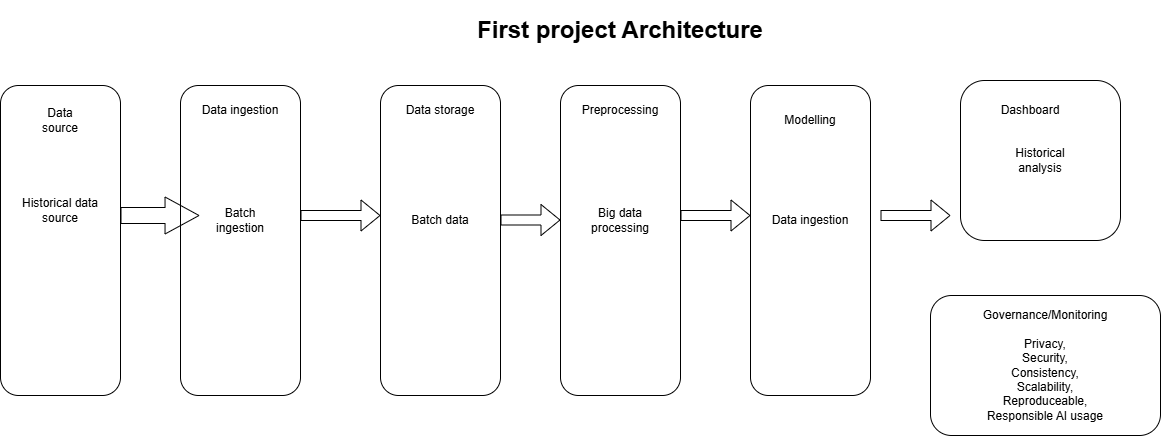
The draw.io diagram Project architecture file/Second Architecture-post-week2.png in Simbarashe-Mutyambizi/Data-Science-practise-PRT661, before a commit. Source tidied: cells renumbered, new cells last; positions are measured from the earlier drawing's top-left corner, leaving out a move shared by most shapes.
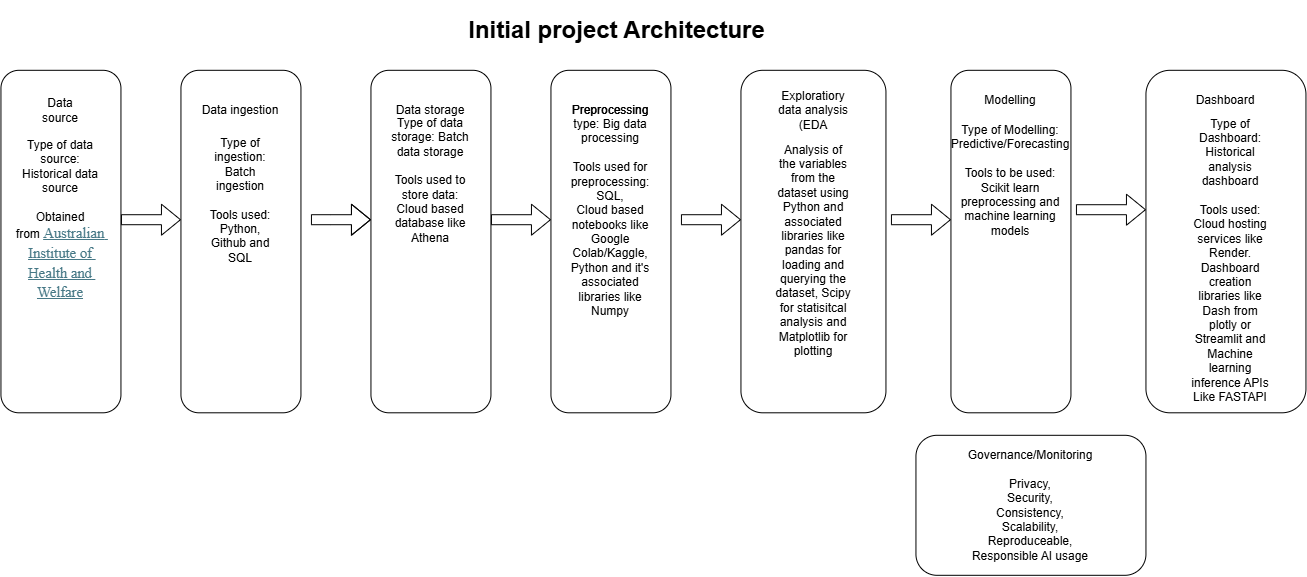
The same diagram one commit later.

Diff of the diagram source:
```diff
@@ -3,67 +3,49 @@
     <mxCell id="0" />
     <mxCell id="1" parent="0" />
     <mxCell id="2" style="rounded=1;whiteSpace=wrap;html=1;" parent="1" vertex="1">
-      <mxGeometry y="70" width="120" height="310" as="geometry" />
+      <mxGeometry x="10" y="55" width="120" height="342.5" as="geometry" />
     </mxCell>
     <mxCell id="3" value="&lt;span style=&quot;color: rgba(0, 0, 0, 0); font-family: monospace; font-size: 0px; text-align: start; white-space: nowrap;&quot;&gt;%3CmxGraphModel%3E%3Croot%3E%3CmxCell%20id%3D%220%22%2F%3E%3CmxCell%20id%3D%221%22%20parent%3D%220%22%2F%3E%3CmxCell%20id%3D%222%22%20parent%3D%221%22%20style%3D%22text%3Bhtml%3D1%3BwhiteSpace%3Dwrap%3BstrokeColor%3Dnone%3BfillColor%3Dnone%3Balign%3Dcenter%3BverticalAlign%3Dmiddle%3Brounded%3D0%3B%22%20value%3D%22Data%20ingestion%22%20vertex%3D%221%22%3E%3CmxGeometry%20height%3D%2230%22%20width%3D%2280%22%20x%3D%22200%22%20y%3D%2280%22%20as%3D%22geometry%22%2F%3E%3C%2FmxCell%3E%3C%2Froot%3E%3C%2FmxGraphModel%3E&lt;/span&gt;" style="rounded=1;whiteSpace=wrap;html=1;" parent="1" vertex="1">
-      <mxGeometry x="180" y="70" width="120" height="310" as="geometry" />
+      <mxGeometry x="190" y="55" width="120" height="342.5" as="geometry" />
     </mxCell>
     <mxCell id="4" style="rounded=1;whiteSpace=wrap;html=1;" parent="1" vertex="1">
-      <mxGeometry x="380" y="70" width="120" height="310" as="geometry" />
+      <mxGeometry x="380" y="55" width="120" height="342.5" as="geometry" />
     </mxCell>
     <mxCell id="5" value="&lt;span style=&quot;color: rgba(0, 0, 0, 0); font-family: monospace; font-size: 0px; text-align: start; white-space: nowrap;&quot;&gt;%3CmxGraphModel%3E%3Croot%3E%3CmxCell%20id%3D%220%22%2F%3E%3CmxCell%20id%3D%221%22%20parent%3D%220%22%2F%3E%3CmxCell%20id%3D%222%22%20parent%3D%221%22%20style%3D%22text%3Bhtml%3D1%3BwhiteSpace%3Dwrap%3BstrokeColor%3Dnone%3BfillColor%3Dnone%3Balign%3Dcenter%3BverticalAlign%3Dmiddle%3Brounded%3D0%3B%22%20value%3D%22Data%20ingestion%22%20vertex%3D%221%22%3E%3CmxGeometry%20height%3D%2230%22%20width%3D%2280%22%20x%3D%22200%22%20y%3D%2280%22%20as%3D%22geometry%22%2F%3E%3C%2FmxCell%3E%3C%2Froot%3E%3C%2FmxGraphModel%3E&lt;/span&gt;" style="rounded=1;whiteSpace=wrap;html=1;" parent="1" vertex="1">
-      <mxGeometry x="560" y="70" width="120" height="310" as="geometry" />
+      <mxGeometry x="560" y="55" width="120" height="342.5" as="geometry" />
     </mxCell>
     <mxCell id="6" style="rounded=1;whiteSpace=wrap;html=1;" parent="1" vertex="1">
-      <mxGeometry x="750" y="70" width="120" height="310" as="geometry" />
+      <mxGeometry x="960" y="55" width="120" height="342.5" as="geometry" />
     </mxCell>
     <mxCell id="7" value="&lt;span style=&quot;color: rgba(0, 0, 0, 0); font-family: monospace; font-size: 0px; text-align: start; white-space: nowrap;&quot;&gt;%3CmxGraphModel%3E%3Croot%3E%3CmxCell%20id%3D%220%22%2F%3E%3CmxCell%20id%3D%221%22%20parent%3D%220%22%2F%3E%3CmxCell%20id%3D%222%22%20parent%3D%221%22%20style%3D%22text%3Bhtml%3D1%3BwhiteSpace%3Dwrap%3BstrokeColor%3Dnone%3BfillColor%3Dnone%3Balign%3Dcenter%3BverticalAlign%3Dmiddle%3Brounded%3D0%3B%22%20value%3D%22Data%20ingestion%22%20vertex%3D%221%22%3E%3CmxGeometry%20height%3D%2230%22%20width%3D%2280%22%20x%3D%22200%22%20y%3D%2280%22%20as%3D%22geometry%22%2F%3E%3C%2FmxCell%3E%3C%2Froot%3E%3C%2FmxGraphModel%3E&lt;/span&gt;&lt;span style=&quot;color: rgba(0, 0, 0, 0); font-family: monospace; font-size: 0px; text-align: start; white-space: nowrap;&quot;&gt;%3CmxGraphModel%3E%3Croot%3E%3CmxCell%20id%3D%220%22%2F%3E%3CmxCell%20id%3D%221%22%20parent%3D%220%22%2F%3E%3CmxCell%20id%3D%222%22%20parent%3D%221%22%20style%3D%22text%3Bhtml%3D1%3BwhiteSpace%3Dwrap%3BstrokeColor%3Dnone%3BfillColor%3Dnone%3Balign%3Dcenter%3BverticalAlign%3Dmiddle%3Brounded%3D0%3B%22%20value%3D%22Data%20ingestion%22%20vertex%3D%221%22%3E%3CmxGeometry%20height%3D%2230%22%20width%3D%2280%22%20x%3D%22200%22%20y%3D%2280%22%20as%3D%22geometry%22%2F%3E%3C%2FmxCell%3E%3C%2Froot%3E%3C%2FmxGraphModel%3E&lt;/span&gt;" style="rounded=1;whiteSpace=wrap;html=1;" parent="1" vertex="1">
-      <mxGeometry x="960" y="65" width="160" height="160" as="geometry" />
+      <mxGeometry x="1155" y="55" width="160" height="342.5" as="geometry" />
     </mxCell>
-    <mxCell id="8" style="shape=flexArrow;endArrow=classic;html=1;rounded=0;entryX=0.25;entryY=1;entryDx=0;entryDy=0;width=16;endSize=11;" parent="1" edge="1">
-      <mxGeometry relative="1" as="geometry">
-        <mxPoint x="120" y="200" as="sourcePoint" />
-        <mxPoint x="199" y="200" as="targetPoint" />
-        <Array as="points">
-          <mxPoint x="120" y="200" />
-        </Array>
-      </mxGeometry>
-    </mxCell>
     <mxCell id="9" style="shape=flexArrow;endArrow=classic;html=1;rounded=0;" parent="1" edge="1">
       <mxGeometry relative="1" as="geometry">
-        <mxPoint x="300" y="200" as="sourcePoint" />
-        <mxPoint x="380" y="200" as="targetPoint" />
+        <mxPoint x="320" y="204.4" as="sourcePoint" />
+        <mxPoint x="380" y="204.4" as="targetPoint" />
+        <Array as="points">
+          <mxPoint x="340" y="204.4" />
+        </Array>
       </mxGeometry>
     </mxCell>
-    <mxCell id="10" style="shape=flexArrow;endArrow=classic;html=1;rounded=0;" parent="1" edge="1">
-      <mxGeometry relative="1" as="geometry">
-        <mxPoint x="500" y="204.5" as="sourcePoint" />
-        <mxPoint x="560" y="204.5" as="targetPoint" />
-      </mxGeometry>
-    </mxCell>
-    <mxCell id="11" style="shape=flexArrow;endArrow=classic;html=1;rounded=0;exitX=1;exitY=0.5;exitDx=0;exitDy=0;" parent="1" edge="1">
-      <mxGeometry relative="1" as="geometry">
-        <mxPoint x="680" y="200" as="sourcePoint" />
-        <mxPoint x="750" y="200" as="targetPoint" />
-      </mxGeometry>
-    </mxCell>
     <mxCell id="12" style="shape=flexArrow;endArrow=classic;html=1;rounded=0;entryX=0.033;entryY=0.963;entryDx=0;entryDy=0;entryPerimeter=0;" parent="1" edge="1">
       <mxGeometry relative="1" as="geometry">
-        <mxPoint x="880" y="200" as="sourcePoint" />
-        <mxPoint x="950" y="200" as="targetPoint" />
+        <mxPoint x="1085" y="194.4" as="sourcePoint" />
+        <mxPoint x="1155" y="194.4" as="targetPoint" />
       </mxGeometry>
     </mxCell>
     <mxCell id="13" value="Governance/Monitoring&lt;div&gt;&lt;br&gt;&lt;/div&gt;&lt;div&gt;Privacy,&lt;/div&gt;&lt;div&gt;Security,&lt;/div&gt;&lt;div&gt;Consistency,&lt;/div&gt;&lt;div&gt;Scalability,&lt;/div&gt;&lt;div&gt;Reproduceable,&lt;/div&gt;&lt;div&gt;Responsible AI usage&lt;/div&gt;" style="rounded=1;whiteSpace=wrap;html=1;" parent="1" vertex="1">
-      <mxGeometry x="930" y="280" width="230" height="140" as="geometry" />
+      <mxGeometry x="925" y="420" width="230" height="140" as="geometry" />
     </mxCell>
-    <mxCell id="14" value="&lt;h1&gt;First project Architecture&lt;/h1&gt;" style="text;html=1;whiteSpace=wrap;strokeColor=none;fillColor=none;align=center;verticalAlign=middle;rounded=0;" parent="1" vertex="1">
-      <mxGeometry x="475" width="290" height="30" as="geometry" />
+    <mxCell id="14" value="&lt;h1&gt;Initial project Architecture&lt;/h1&gt;" style="text;html=1;whiteSpace=wrap;strokeColor=none;fillColor=none;align=center;verticalAlign=middle;rounded=0;" parent="1" vertex="1">
+      <mxGeometry x="475" width="302.5" height="30" as="geometry" />
     </mxCell>
     <mxCell id="15" value="Data source" style="text;html=1;whiteSpace=wrap;strokeColor=none;fillColor=none;align=center;verticalAlign=middle;rounded=0;" parent="1" vertex="1">
-      <mxGeometry x="30" y="90" width="60" height="30" as="geometry" />
+      <mxGeometry x="40" y="80" width="60" height="30" as="geometry" />
     </mxCell>
     <mxCell id="16" value="Data ingestion" style="text;html=1;whiteSpace=wrap;strokeColor=none;fillColor=none;align=center;verticalAlign=middle;rounded=0;" parent="1" vertex="1">
-      <mxGeometry x="200" y="80" width="80" height="30" as="geometry" />
+      <mxGeometry x="210" y="80" width="80" height="30" as="geometry" />
     </mxCell>
     <mxCell id="17" value="Data storage" style="text;html=1;whiteSpace=wrap;strokeColor=none;fillColor=none;align=center;verticalAlign=middle;rounded=0;" parent="1" vertex="1">
       <mxGeometry x="400" y="80" width="80" height="30" as="geometry" />
@@ -72,28 +54,61 @@
       <mxGeometry x="580" y="80" width="80" height="30" as="geometry" />
     </mxCell>
     <mxCell id="19" value="Modelling" style="text;html=1;whiteSpace=wrap;strokeColor=none;fillColor=none;align=center;verticalAlign=middle;rounded=0;" parent="1" vertex="1">
-      <mxGeometry x="770" y="90" width="80" height="30" as="geometry" />
+      <mxGeometry x="980" y="70" width="80" height="30" as="geometry" />
     </mxCell>
     <mxCell id="20" value="Dashboard" style="text;html=1;whiteSpace=wrap;strokeColor=none;fillColor=none;align=center;verticalAlign=middle;rounded=0;" parent="1" vertex="1">
-      <mxGeometry x="990" y="80" width="80" height="30" as="geometry" />
+      <mxGeometry x="1195" y="70" width="80" height="30" as="geometry" />
     </mxCell>
-    <mxCell id="21" value="Batch data" style="text;html=1;whiteSpace=wrap;strokeColor=none;fillColor=none;align=center;verticalAlign=middle;rounded=0;" parent="1" vertex="1">
-      <mxGeometry x="400" y="190" width="80" height="30" as="geometry" />
+    <mxCell id="21" value="Type of data storage: Batch data storage&lt;div&gt;&lt;br&gt;&lt;/div&gt;&lt;div&gt;Tools used to store data:&lt;/div&gt;&lt;div&gt;&amp;nbsp;Cloud based&amp;nbsp; database like Athena&lt;/div&gt;" style="text;html=1;whiteSpace=wrap;strokeColor=none;fillColor=none;align=center;verticalAlign=middle;rounded=0;" parent="1" vertex="1">
+      <mxGeometry x="400" y="150" width="80" height="30" as="geometry" />
     </mxCell>
-    <mxCell id="22" value="Big data processing" style="text;html=1;whiteSpace=wrap;strokeColor=none;fillColor=none;align=center;verticalAlign=middle;rounded=0;" parent="1" vertex="1">
-      <mxGeometry x="580" y="190" width="80" height="30" as="geometry" />
+    <mxCell id="22" value="Preprocessing type: Big data processing&lt;div&gt;&lt;br&gt;&lt;/div&gt;&lt;div&gt;Tools used for preprocessing:&lt;/div&gt;&lt;div&gt;SQL,&lt;/div&gt;&lt;div&gt;Cloud based notebooks like Google Colab/Kaggle,&lt;/div&gt;&lt;div&gt;Python and it's associated libraries like Numpy&lt;/div&gt;" style="text;html=1;whiteSpace=wrap;strokeColor=none;fillColor=none;align=center;verticalAlign=middle;rounded=0;" parent="1" vertex="1">
+      <mxGeometry x="580" y="180" width="80" height="30" as="geometry" />
     </mxCell>
-    <mxCell id="23" value="Data ingestion" style="text;html=1;whiteSpace=wrap;strokeColor=none;fillColor=none;align=center;verticalAlign=middle;rounded=0;" parent="1" vertex="1">
-      <mxGeometry x="770" y="190" width="80" height="30" as="geometry" />
+    <mxCell id="23" value="Type of Modelling: Predictive/Forecasting&lt;div&gt;&lt;br&gt;&lt;/div&gt;&lt;div&gt;Tools to be used:&lt;/div&gt;&lt;div&gt;Scikit learn preprocessing and machine learning models&lt;/div&gt;" style="text;html=1;whiteSpace=wrap;strokeColor=none;fillColor=none;align=center;verticalAlign=middle;rounded=0;" parent="1" vertex="1">
+      <mxGeometry x="980" y="150" width="80" height="30" as="geometry" />
     </mxCell>
-    <mxCell id="24" value="Batch ingestion" style="text;html=1;whiteSpace=wrap;strokeColor=none;fillColor=none;align=center;verticalAlign=middle;rounded=0;" parent="1" vertex="1">
-      <mxGeometry x="200" y="190" width="80" height="30" as="geometry" />
+    <mxCell id="24" value="Type of ingestion: Batch ingestion&lt;div&gt;&lt;br&gt;&lt;div&gt;Tools used:&lt;/div&gt;&lt;div&gt;&lt;span style=&quot;background-color: transparent; color: light-dark(rgb(0, 0, 0), rgb(255, 255, 255));&quot;&gt;Python,&lt;/span&gt;&lt;/div&gt;&lt;div&gt;&lt;span style=&quot;background-color: transparent; color: light-dark(rgb(0, 0, 0), rgb(255, 255, 255));&quot;&gt;Github and&lt;/span&gt;&lt;/div&gt;&lt;div&gt;SQL&lt;/div&gt;&lt;/div&gt;" style="text;html=1;whiteSpace=wrap;strokeColor=none;fillColor=none;align=center;verticalAlign=middle;rounded=0;" parent="1" vertex="1">
+      <mxGeometry x="210" y="170" width="80" height="30" as="geometry" />
     </mxCell>
-    <mxCell id="25" value="Historical analysis" style="text;html=1;whiteSpace=wrap;strokeColor=none;fillColor=none;align=center;verticalAlign=middle;rounded=0;" parent="1" vertex="1">
-      <mxGeometry x="1000" y="130" width="80" height="30" as="geometry" />
+    <mxCell id="25" value="Type of Dashboard: Historical analysis dashboard&lt;div&gt;&lt;br&gt;&lt;/div&gt;&lt;div&gt;Tools used:&lt;/div&gt;&lt;div&gt;Cloud hosting services like Render.&lt;/div&gt;&lt;div&gt;Dashboard creation libraries like Dash from plotly or Streamlit and&lt;/div&gt;&lt;div&gt;Machine learning inference APIs Like FASTAPI&lt;/div&gt;" style="text;html=1;whiteSpace=wrap;strokeColor=none;fillColor=none;align=center;verticalAlign=middle;rounded=0;" parent="1" vertex="1">
+      <mxGeometry x="1200" y="230" width="80" height="30" as="geometry" />
     </mxCell>
-    <mxCell id="26" value="Historical data source" style="text;html=1;whiteSpace=wrap;strokeColor=none;fillColor=none;align=center;verticalAlign=middle;rounded=0;" parent="1" vertex="1">
-      <mxGeometry x="20" y="180" width="80" height="30" as="geometry" />
+    <mxCell id="26" value="Type of data source: Historical data source&lt;div&gt;&lt;br&gt;&lt;/div&gt;&lt;div&gt;Obtained from&amp;nbsp;&lt;a class=&quot;Hyperlink SCXW251719048 BCX0&quot; href=&quot;https://www.aihw.gov.au/reports/cald-australians/chronic-conditions-cald-2021/data&quot; target=&quot;_blank&quot; rel=&quot;noreferrer noopener&quot; style=&quot;white-space: pre-wrap; -webkit-user-drag: none; -webkit-tap-highlight-color: transparent; margin: 0px; padding: 0px; user-select: text; font-family: &amp;quot;Times New Roman&amp;quot;, &amp;quot;Times New Roman_MSFontService&amp;quot;, serif; font-size: 14.6667px; text-align: justify; background-color: rgb(255, 255, 255); text-decoration: none;&quot;&gt;&lt;span lang=&quot;EN-US&quot; class=&quot;TextRun Underlined SCXW251719048 BCX0&quot; style=&quot;-webkit-user-drag: none; -webkit-tap-highlight-color: transparent; margin: 0px; padding: 0px; user-select: text; color: rgb(70, 120, 134); font-size: 11pt; text-decoration: underline; line-height: 19.7625px; font-family: &amp;quot;Times New Roman&amp;quot;, &amp;quot;Times New Roman_EmbeddedFont&amp;quot;, &amp;quot;Times New Roman_MSFontService&amp;quot;, serif; font-variant-ligatures: none !important;&quot;&gt;&lt;span class=&quot;NormalTextRun SCXW251719048 BCX0&quot; style=&quot;-webkit-user-drag: none; -webkit-tap-highlight-color: transparent; margin: 0px; padding: 0px; user-select: text;&quot;&gt;Australian Institute of Health and Welfare&lt;/span&gt;&lt;/span&gt;&lt;/a&gt;&lt;/div&gt;" style="text;html=1;whiteSpace=wrap;strokeColor=none;fillColor=none;align=center;verticalAlign=middle;rounded=0;" parent="1" vertex="1">
+      <mxGeometry x="30" y="190" width="80" height="30" as="geometry" />
     </mxCell>
+    <mxCell id="27" style="rounded=1;whiteSpace=wrap;html=1;" parent="1" vertex="1">
+      <mxGeometry x="750" y="55" width="145" height="342.5" as="geometry" />
+    </mxCell>
+    <mxCell id="28" value="Exploratiory data analysis (EDA" style="text;html=1;whiteSpace=wrap;strokeColor=none;fillColor=none;align=center;verticalAlign=middle;rounded=0;" parent="1" vertex="1">
+      <mxGeometry x="777.5" y="80" width="90" height="30" as="geometry" />
+    </mxCell>
+    <mxCell id="29" value="Analysis of the variables from the dataset using Python and associated libraries like pandas for loading and querying the dataset, Scipy for statisitcal analysis and Matplotlib for plotting" style="text;html=1;whiteSpace=wrap;strokeColor=none;fillColor=none;align=center;verticalAlign=middle;rounded=0;" parent="1" vertex="1">
+      <mxGeometry x="782.5" y="220" width="80" height="30" as="geometry" />
+    </mxCell>
+    <mxCell id="30" style="shape=flexArrow;endArrow=classic;html=1;rounded=0;" parent="1" edge="1">
+      <mxGeometry relative="1" as="geometry">
+        <mxPoint x="130" y="204.4" as="sourcePoint" />
+        <mxPoint x="190" y="204.4" as="targetPoint" />
+      </mxGeometry>
+    </mxCell>
+    <mxCell id="31" style="shape=flexArrow;endArrow=classic;html=1;rounded=0;" parent="1" edge="1">
+      <mxGeometry relative="1" as="geometry">
+        <mxPoint x="500" y="204.4" as="sourcePoint" />
+        <mxPoint x="560" y="204.4" as="targetPoint" />
+      </mxGeometry>
+    </mxCell>
+    <mxCell id="32" style="shape=flexArrow;endArrow=classic;html=1;rounded=0;" parent="1" edge="1">
+      <mxGeometry relative="1" as="geometry">
+        <mxPoint x="690" y="204.4" as="sourcePoint" />
+        <mxPoint x="750" y="204.4" as="targetPoint" />
+      </mxGeometry>
+    </mxCell>
+    <mxCell id="33" style="shape=flexArrow;endArrow=classic;html=1;rounded=0;" parent="1" edge="1">
+      <mxGeometry relative="1" as="geometry">
+        <mxPoint x="900" y="204.4" as="sourcePoint" />
+        <mxPoint x="960" y="204.4" as="targetPoint" />
+      </mxGeometry>
+    </mxCell>
   </root>
 </mxGraphModel>
```
